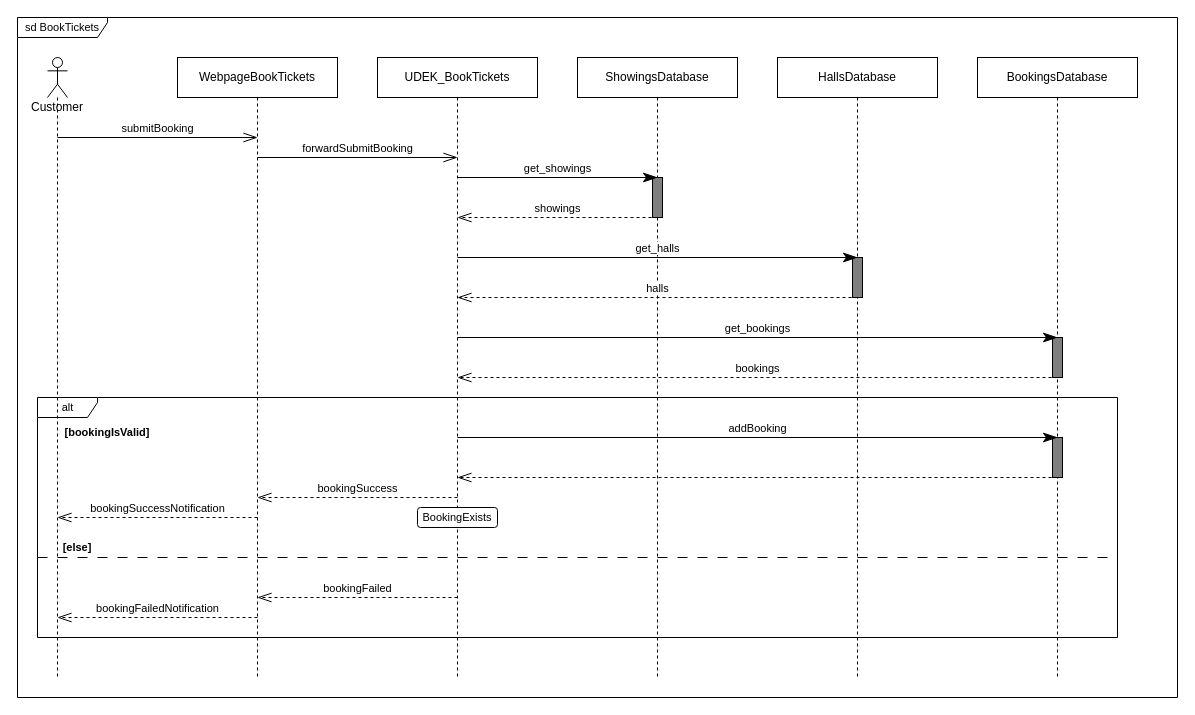
Earlier version of the draw.io diagram a05_sequence_diagram_r05.drawio (melvdlin/swtlab). Source tidied: cells renumbered, new cells numbered last; positions are measured from the earlier drawing's top-left corner, leaving out a move shared by most shapes. Both pictures are drawn from the tidied source at 100%, with x=0, y=0 at pixel (17, 17).
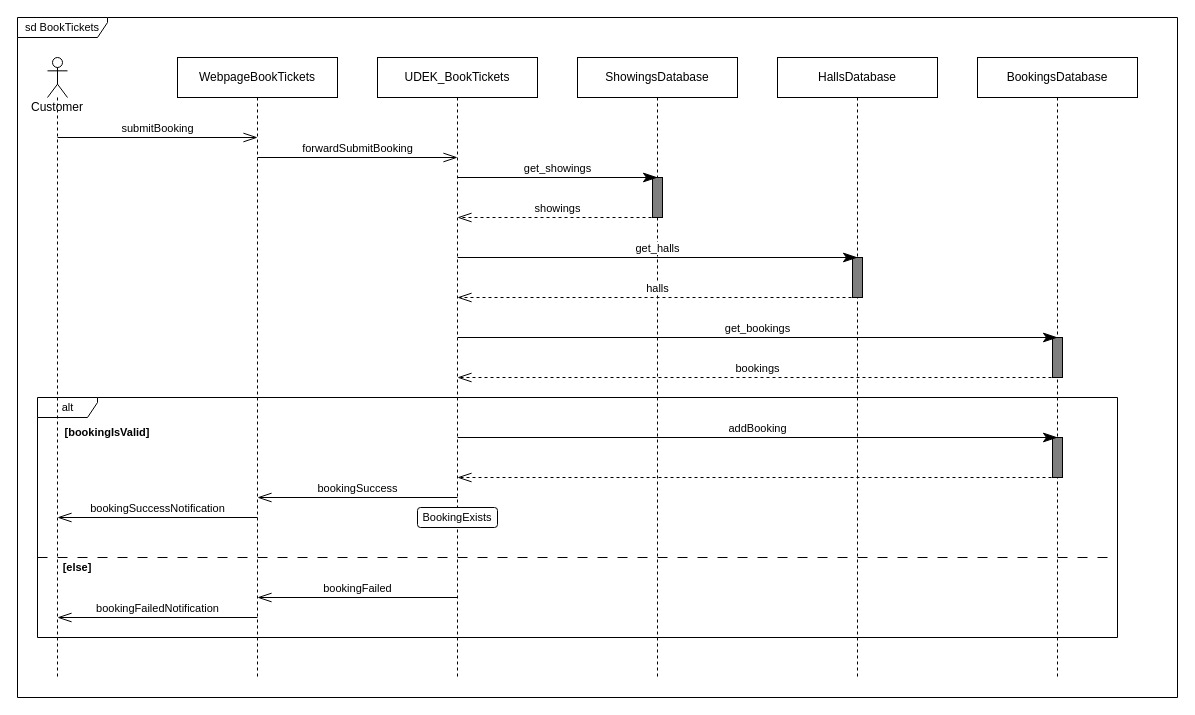
Above is the later version.

Unchanged cells that the change refers to:
```xml
<mxCell id="11" value="alt" style="shape=umlFrame;tabWidth=110;tabHeight=30;tabPosition=left;html=1;boundedLbl=1;labelInHeader=1;width=60;height=20;fontFamily=Helvetica;fontSize=11;fontColor=default;fillColor=none;" parent="10" vertex="1">
  <mxGeometry x="20" y="380" width="1080" height="240" as="geometry" />
</mxCell>
```

The edit, as a diff of the source:
```diff
@@
     <mxCell id="14" value="&lt;b&gt;[else]&lt;/b&gt;" style="text;html=1;strokeColor=none;fillColor=none;align=center;verticalAlign=middle;whiteSpace=wrap;rounded=0;dashed=1;fontFamily=Helvetica;fontSize=11;fontColor=default;" parent="11" vertex="1">
-      <mxGeometry x="20" y="140" width="40" height="20" as="geometry" />
+      <mxGeometry x="20" y="160" width="40" height="20" as="geometry" />
     </mxCell>
@@
-    <mxCell id="24" value="bookingSuccess" style="endArrow=openThin;html=1;rounded=0;labelBackgroundColor=default;fontFamily=Helvetica;fontSize=11;fontColor=default;startSize=12;endSize=12;strokeColor=default;shape=connector;endFill=0;verticalAlign=bottom;dashed=1;" parent="20" edge="1">
+    <mxCell id="24" value="bookingSuccess" style="endArrow=openThin;html=1;rounded=0;labelBackgroundColor=default;fontFamily=Helvetica;fontSize=11;fontColor=default;startSize=12;endSize=12;strokeColor=default;shape=connector;endFill=0;verticalAlign=bottom;" parent="20" edge="1">
       <mxGeometry relative="1" as="geometry">
         <mxPoint x="440" y="480" as="sourcePoint" />
         <mxPoint x="240" y="480" as="targetPoint" />
       </mxGeometry>
     </mxCell>
-    <mxCell id="25" value="bookingFailed" style="endArrow=openThin;html=1;rounded=0;labelBackgroundColor=default;fontFamily=Helvetica;fontSize=11;fontColor=default;startSize=12;endSize=12;strokeColor=default;shape=connector;endFill=0;verticalAlign=bottom;dashed=1;" parent="20" edge="1">
+    <mxCell id="25" value="bookingFailed" style="endArrow=openThin;html=1;rounded=0;labelBackgroundColor=default;fontFamily=Helvetica;fontSize=11;fontColor=default;startSize=12;endSize=12;strokeColor=default;shape=connector;endFill=0;verticalAlign=bottom;" parent="20" edge="1">
       <mxGeometry relative="1" as="geometry">
         <mxPoint x="440" y="580" as="sourcePoint" />
         <mxPoint x="240" y="580" as="targetPoint" />
       </mxGeometry>
     </mxCell>
-    <mxCell id="26" value="bookingSuccessNotification" style="endArrow=openThin;html=1;rounded=0;labelBackgroundColor=default;fontFamily=Helvetica;fontSize=11;fontColor=default;startSize=12;endSize=12;strokeColor=default;shape=connector;endFill=0;verticalAlign=bottom;dashed=1;" parent="20" edge="1">
+    <mxCell id="26" value="bookingSuccessNotification" style="endArrow=openThin;html=1;rounded=0;labelBackgroundColor=default;fontFamily=Helvetica;fontSize=11;fontColor=default;startSize=12;endSize=12;strokeColor=default;shape=connector;endFill=0;verticalAlign=bottom;" parent="20" edge="1">
       <mxGeometry relative="1" as="geometry">
         <mxPoint x="240" y="500" as="sourcePoint" />
         <mxPoint x="40" y="500" as="targetPoint" />
       </mxGeometry>
     </mxCell>
-    <mxCell id="27" value="bookingFailedNotification" style="endArrow=openThin;html=1;rounded=0;labelBackgroundColor=default;fontFamily=Helvetica;fontSize=11;fontColor=default;startSize=12;endSize=12;strokeColor=default;shape=connector;endFill=0;verticalAlign=bottom;dashed=1;" parent="20" edge="1">
+    <mxCell id="27" value="bookingFailedNotification" style="endArrow=openThin;html=1;rounded=0;labelBackgroundColor=default;fontFamily=Helvetica;fontSize=11;fontColor=default;startSize=12;endSize=12;strokeColor=default;shape=connector;endFill=0;verticalAlign=bottom;" parent="20" edge="1">
       <mxGeometry relative="1" as="geometry">
         <mxPoint x="240" y="600" as="sourcePoint" />
         <mxPoint x="40" y="600" as="targetPoint" />
       </mxGeometry>
     </mxCell>
```
